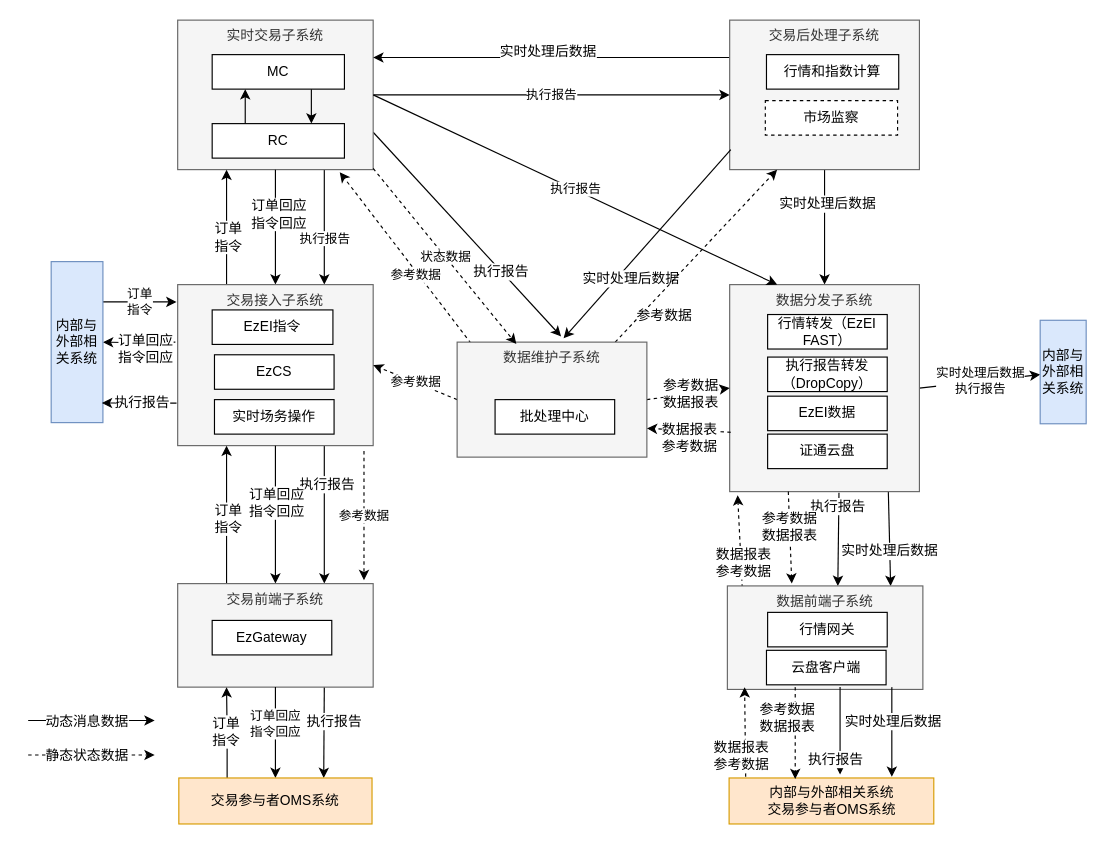
Earlier version of the draw.io diagram page "Data Flow1" (8 of 9) of 交易系统升级流图 (2).drawio (gotrade/gotrade). Source tidied: cells renumbered, new cells numbered last; positions are measured from the earlier drawing's top-left corner, leaving out a move shared by most shapes. Both pictures are drawn from the tidied source at 115%, with x=0, y=0 at pixel (28, 20).
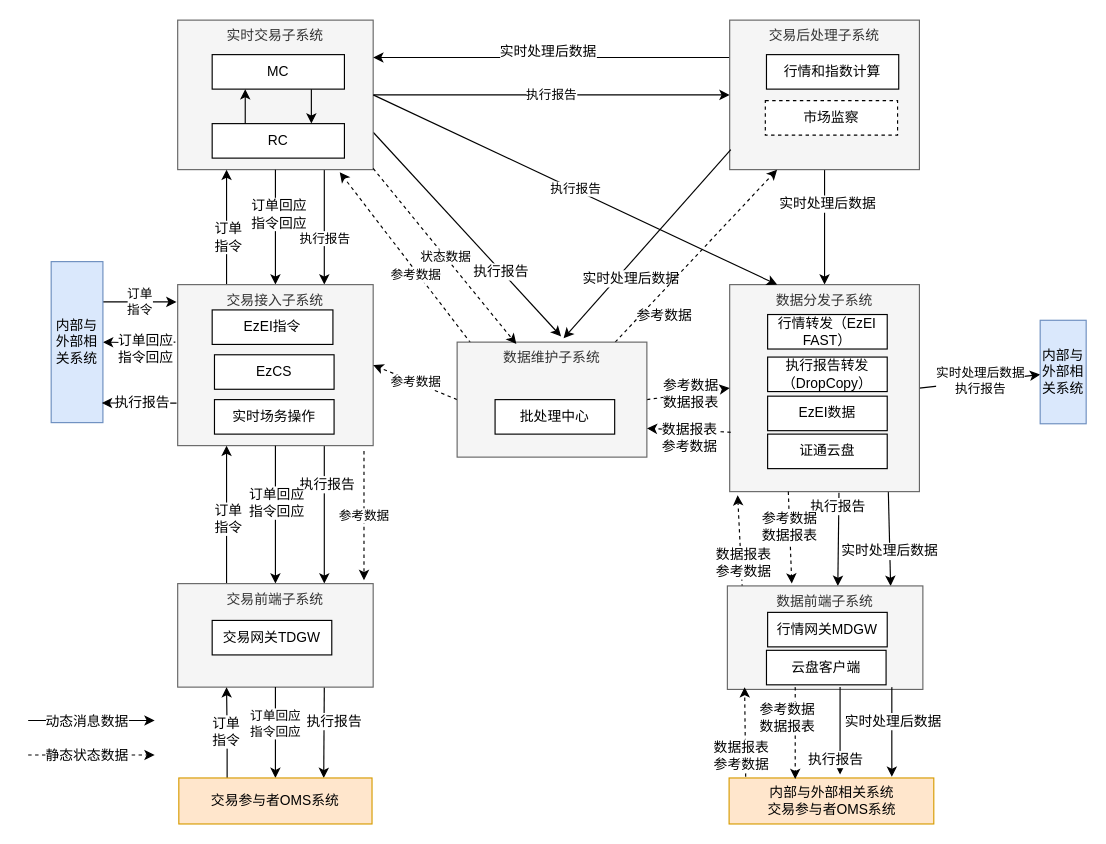
The same diagram, later.

Commit message:
Update 交易系统升级流图 (2).drawio

Change to the diagram source:
```diff
@@
-    <mxCell id="83" value="EzGateway" style="rounded=0;whiteSpace=wrap;html=1;align=center;" parent="1" vertex="1">
+    <mxCell id="83" value="交易网关TDGW" style="rounded=0;whiteSpace=wrap;html=1;align=center;" parent="1" vertex="1">
       <mxGeometry x="160" y="522" width="104" height="30" as="geometry" />
     </mxCell>
@@
-    <mxCell id="90" value="行情网关" style="rounded=0;whiteSpace=wrap;html=1;align=center;" parent="1" vertex="1">
+    <mxCell id="90" value="行情网关MDGW" style="rounded=0;whiteSpace=wrap;html=1;align=center;" parent="1" vertex="1">
       <mxGeometry x="643" y="515" width="104" height="30" as="geometry" />
     </mxCell>
```
